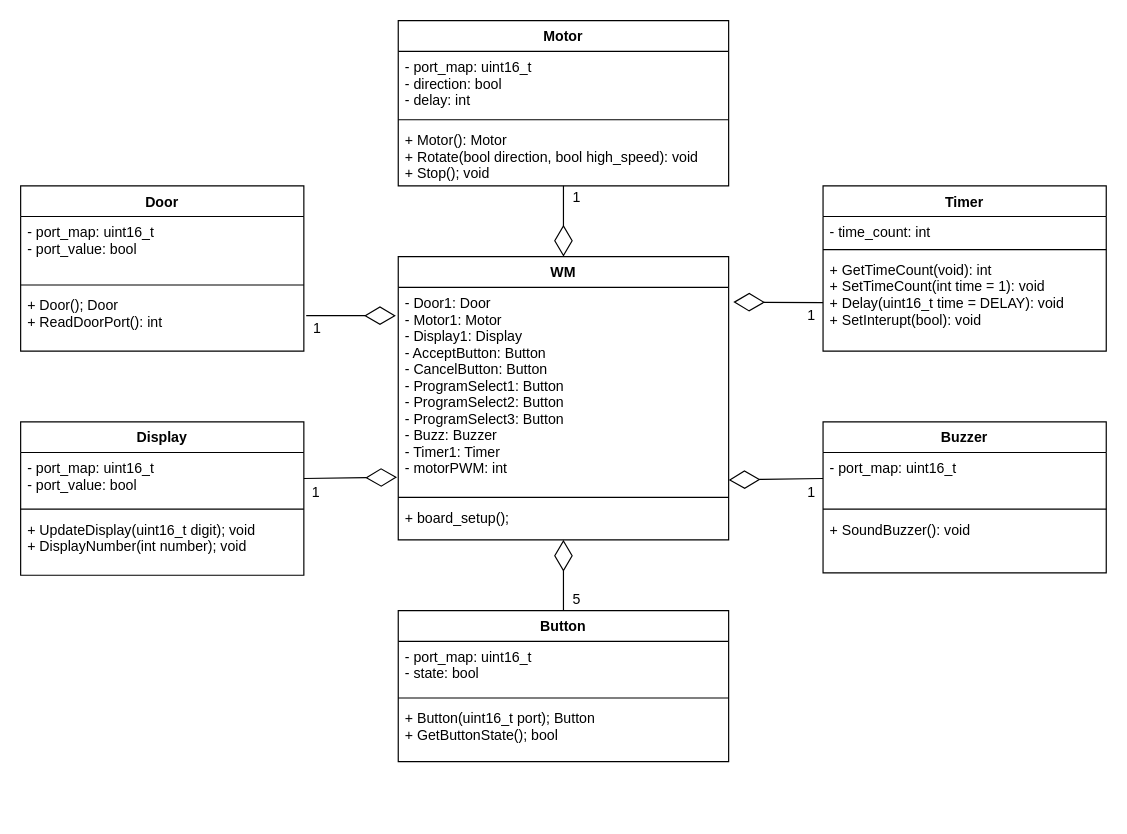
Before: diagrams/200325ClassDiagram.drawio in terrylboro/wsc018_software_cw_2, a draw.io diagram. Source tidied: cells renumbered, new cells numbered last; positions are measured from the earlier drawing's top-left corner, leaving out a move shared by most shapes. Both pictures are drawn from the tidied source at 118%, with x=0, y=0 at pixel (20, 20).
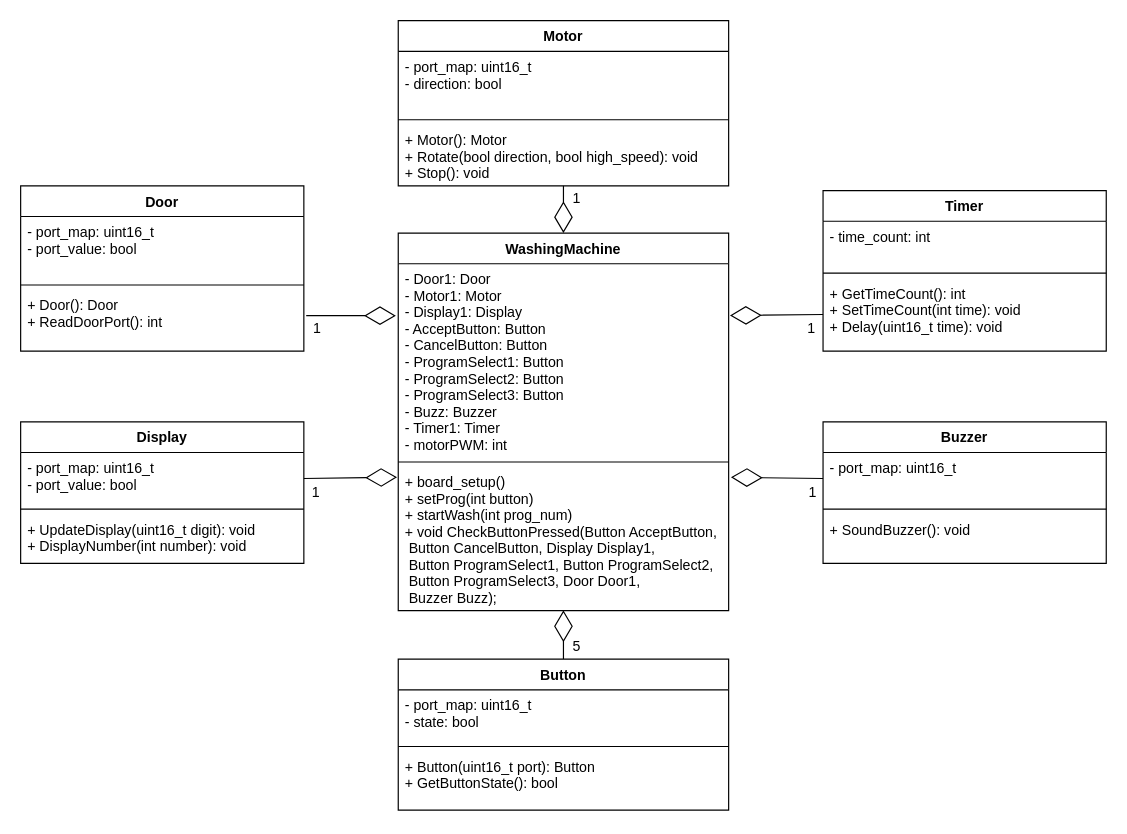
The same diagram, later.

The change refers to these unchanged cells:
```xml
<mxCell id="4" value="Door" style="swimlane;fontStyle=1;align=center;verticalAlign=top;horizontal=1;startSize=26;" parent="1" vertex="1">
  <mxGeometry y="140" width="240" height="140" as="geometry" />
</mxCell>
<mxCell id="12" value="Motor" style="swimlane;fontStyle=1;align=center;verticalAlign=top;horizontal=1;startSize=26;" parent="1" vertex="1">
  <mxGeometry x="320" width="280" height="140" as="geometry" />
</mxCell>
<mxCell id="25" value="- port_map: uint16_t" style="text;strokeColor=none;fillColor=none;align=left;verticalAlign=top;spacingLeft=4;spacingRight=4;overflow=hidden;points=[[0,0.5],[1,0.5]];portConstraint=eastwest;" parent="24" vertex="1">
  <mxGeometry y="26" width="240" height="44" as="geometry" />
</mxCell>
```

What changed in the source:
```diff
@@
-    <mxCell id="2" style="endArrow=diamondThin;endFill=0;endSize=24;html=1;exitX=0;exitY=0.5;exitDx=0;exitDy=0;entryX=1;entryY=0.938;entryDx=0;entryDy=0;entryPerimeter=0;" parent="1" edge="1" source="25" target="39">
+    <mxCell id="2" style="endArrow=diamondThin;endFill=0;endSize=24;html=1;exitX=0;exitY=0.5;exitDx=0;exitDy=0;entryX=1.007;entryY=0.074;entryDx=0;entryDy=0;entryPerimeter=0;" parent="1" edge="1" source="25" target="41">
       <mxGeometry relative="1" as="geometry" />
     </mxCell>
@@
-    <mxCell id="7" value="+ Door(); Door&#10;+ ReadDoorPort(): int" style="text;strokeColor=none;fillColor=none;align=left;verticalAlign=top;spacingLeft=4;spacingRight=4;overflow=hidden;" parent="4" vertex="1">
+    <mxCell id="7" value="+ Door(): Door&#10;+ ReadDoorPort(): int" style="text;strokeColor=none;fillColor=none;align=left;verticalAlign=top;spacingLeft=4;spacingRight=4;overflow=hidden;" parent="4" vertex="1">
       <mxGeometry y="88" width="240" height="52" as="geometry" />
     </mxCell>
-    <mxCell id="8" value="Timer" style="swimlane;fontStyle=1;align=center;verticalAlign=top;horizontal=1;startSize=26;" parent="1" vertex="1">
-      <mxGeometry x="680" y="140" width="240" height="140" as="geometry" />
-    </mxCell>
-    <mxCell id="9" value="- time_count: int" style="text;strokeColor=none;fillColor=none;align=left;verticalAlign=top;spacingLeft=4;spacingRight=4;overflow=hidden;" parent="8" vertex="1">
-      <mxGeometry y="26" width="240" height="24" as="geometry" />
-    </mxCell>
-    <mxCell id="10" style="line;strokeWidth=1;fillColor=none;align=left;verticalAlign=middle;spacingTop=-1;spacingLeft=3;spacingRight=3;labelPosition=right;" parent="8" vertex="1">
-      <mxGeometry y="50" width="240" height="8" as="geometry" />
-    </mxCell>
-    <mxCell id="11" value="+ GetTimeCount(void): int&#10;+ SetTimeCount(int time = 1): void&#10;+ Delay(uint16_t time = DELAY): void&#10;+ SetInterupt(bool): void" style="text;strokeColor=none;fillColor=none;align=left;verticalAlign=top;spacingLeft=4;spacingRight=4;overflow=hidden;points=[[0,0.5],[1,0.5]];portConstraint=eastwest;" parent="8" vertex="1">
-      <mxGeometry y="58" width="240" height="82" as="geometry" />
-    </mxCell>
@@
-    <mxCell id="13" value="- port_map: uint16_t&#10;- direction: bool&#10;- delay: int" style="text;strokeColor=none;fillColor=none;align=left;verticalAlign=top;spacingLeft=4;spacingRight=4;overflow=hidden;" parent="12" vertex="1">
+    <mxCell id="13" value="- port_map: uint16_t&#10;- direction: bool" style="text;strokeColor=none;fillColor=none;align=left;verticalAlign=top;spacingLeft=4;spacingRight=4;overflow=hidden;" parent="12" vertex="1">
       <mxGeometry y="26" width="280" height="54" as="geometry" />
     </mxCell>
@@
-    <mxCell id="15" value="+ Motor(): Motor&#10;+ Rotate(bool direction, bool high_speed): void&#10;+ Stop(); void" style="text;strokeColor=none;fillColor=none;align=left;verticalAlign=top;spacingLeft=4;spacingRight=4;overflow=hidden;points=[[0,0.5],[1,0.5]];portConstraint=eastwest;" parent="12" vertex="1">
+    <mxCell id="15" value="+ Motor(): Motor&#10;+ Rotate(bool direction, bool high_speed): void&#10;+ Stop(): void" style="text;strokeColor=none;fillColor=none;align=left;verticalAlign=top;spacingLeft=4;spacingRight=4;overflow=hidden;points=[[0,0.5],[1,0.5]];portConstraint=eastwest;" parent="12" vertex="1">
       <mxGeometry y="88" width="280" height="52" as="geometry" />
     </mxCell>
-    <mxCell id="16" value="Button" style="swimlane;fontStyle=1;align=center;verticalAlign=top;horizontal=1;startSize=26;" parent="1" vertex="1">
-      <mxGeometry x="320" y="500" width="280" height="128" as="geometry" />
-    </mxCell>
-    <mxCell id="17" value="- port_map: uint16_t&#10;- state: bool" style="text;strokeColor=none;fillColor=none;align=left;verticalAlign=top;spacingLeft=4;spacingRight=4;overflow=hidden;" parent="16" vertex="1">
-      <mxGeometry y="26" width="280" height="44" as="geometry" />
-    </mxCell>
-    <mxCell id="18" style="line;strokeWidth=1;fillColor=none;align=left;verticalAlign=middle;spacingTop=-1;spacingLeft=3;spacingRight=3;labelPosition=right;" parent="16" vertex="1">
-      <mxGeometry y="70" width="280" height="8" as="geometry" />
-    </mxCell>
-    <mxCell id="19" value="+ Button(uint16_t port); Button&#10;+ GetButtonState(); bool" style="text;strokeColor=none;fillColor=none;align=left;verticalAlign=top;spacingLeft=4;spacingRight=4;overflow=hidden;" parent="16" vertex="1">
-      <mxGeometry y="78" width="280" height="50" as="geometry" />
-    </mxCell>
     <mxCell id="20" value="Display" style="swimlane;fontStyle=1;align=center;verticalAlign=top;horizontal=1;startSize=26;" parent="1" vertex="1">
-      <mxGeometry y="340" width="240" height="130" as="geometry" />
+      <mxGeometry y="340" width="240" height="120" as="geometry" />
     </mxCell>
@@
-    <mxCell id="23" value="+ UpdateDisplay(uint16_t digit); void&#10;+ DisplayNumber(int number); void" style="text;strokeColor=none;fillColor=none;align=left;verticalAlign=top;spacingLeft=4;spacingRight=4;overflow=hidden;" parent="20" vertex="1">
-      <mxGeometry y="78" width="240" height="52" as="geometry" />
+    <mxCell id="23" value="+ UpdateDisplay(uint16_t digit): void&#10;+ DisplayNumber(int number): void" style="text;strokeColor=none;fillColor=none;align=left;verticalAlign=top;spacingLeft=4;spacingRight=4;overflow=hidden;" parent="20" vertex="1">
+      <mxGeometry y="78" width="240" height="42" as="geometry" />
     </mxCell>
     <mxCell id="24" value="Buzzer" style="swimlane;fontStyle=1;align=center;verticalAlign=top;horizontal=1;startSize=26;" parent="1" vertex="1">
-      <mxGeometry x="680" y="340" width="240" height="128" as="geometry" />
+      <mxGeometry x="680" y="340" width="240" height="120" as="geometry" />
     </mxCell>
@@
     <mxCell id="27" value="+ SoundBuzzer(): void" style="text;strokeColor=none;fillColor=none;align=left;verticalAlign=top;spacingLeft=4;spacingRight=4;overflow=hidden;" parent="24" vertex="1">
-      <mxGeometry y="78" width="240" height="50" as="geometry" />
+      <mxGeometry y="78" width="240" height="42" as="geometry" />
     </mxCell>
-    <mxCell id="28" style="endArrow=diamondThin;endFill=0;endSize=24;html=1;exitX=0.5;exitY=0;exitDx=0;exitDy=0;" parent="1" edge="1" source="16">
-      <mxGeometry relative="1" as="geometry">
-        <mxPoint x="460" y="440" as="targetPoint" />
-      </mxGeometry>
+    <mxCell id="28" style="endArrow=diamondThin;endFill=0;endSize=24;html=1;exitX=0.5;exitY=0;exitDx=0;exitDy=0;entryX=0.5;entryY=0.998;entryDx=0;entryDy=0;entryPerimeter=0;" parent="1" edge="1" source="16" target="41">
+      <mxGeometry relative="1" as="geometry" />
     </mxCell>
     <mxCell id="29" value="5" style="text;html=1;align=center;verticalAlign=middle;labelBackgroundColor=#ffffff;" parent="28" vertex="1">
       <mxGeometry x="-0.56" relative="1" as="geometry">
-        <mxPoint x="10" y="3.2" as="offset" />
+        <mxPoint x="10" y="-1.7" as="offset" />
       </mxGeometry>
     </mxCell>
@@
-    <mxCell id="32" style="endArrow=diamondThin;endFill=0;endSize=24;html=1;exitX=0;exitY=0.5;exitDx=0;exitDy=0;entryX=1.014;entryY=0.072;entryDx=0;entryDy=0;entryPerimeter=0;" parent="1" edge="1" source="11" target="39">
+    <mxCell id="32" style="endArrow=diamondThin;endFill=0;endSize=24;html=1;exitX=0;exitY=0.5;exitDx=0;exitDy=0;entryX=1.004;entryY=0.268;entryDx=0;entryDy=0;entryPerimeter=0;" parent="1" edge="1" source="11" target="39">
       <mxGeometry relative="1" as="geometry" />
     </mxCell>
@@
-    <mxCell id="34" style="endArrow=diamondThin;endFill=0;endSize=24;html=1;exitX=0.5;exitY=1;exitDx=0;exitDy=0;exitPerimeter=0;entryX=0.5;entryY=0;entryDx=0;entryDy=0;" parent="1" edge="1" source="15" target="38">
-      <mxGeometry relative="1" as="geometry" />
+    <mxCell id="34" style="endArrow=diamondThin;endFill=0;endSize=24;html=1;exitX=0.5;exitY=1;exitDx=0;exitDy=0;exitPerimeter=0;" parent="1" edge="1" source="15">
+      <mxGeometry relative="1" as="geometry">
+        <mxPoint x="460" y="180" as="targetPoint" />
+      </mxGeometry>
     </mxCell>
     <mxCell id="35" value="1" style="text;html=1;align=center;verticalAlign=middle;labelBackgroundColor=#ffffff;" parent="34" vertex="1">
       <mxGeometry x="-0.56" relative="1" as="geometry">
-        <mxPoint x="10" y="-3.2" as="offset" />
+        <mxPoint x="10" y="1.2" as="offset" />
       </mxGeometry>
     </mxCell>
@@
-    <mxCell id="38" value="WM" style="swimlane;fontStyle=1;align=center;verticalAlign=top;horizontal=1;startSize=26;" parent="1" vertex="1">
-      <mxGeometry x="320" y="200" width="280" height="240" as="geometry" />
+    <mxCell id="38" value="WashingMachine" style="swimlane;fontStyle=1;align=center;verticalAlign=top;horizontal=1;startSize=26;" parent="1" vertex="1">
+      <mxGeometry x="320" y="180" width="280" height="320" as="geometry" />
     </mxCell>
     <mxCell id="39" value="- Door1: Door&#10;- Motor1: Motor&#10;- Display1: Display&#10;- AcceptButton: Button &#10;- CancelButton: Button &#10;- ProgramSelect1: Button &#10;- ProgramSelect2: Button &#10;- ProgramSelect3: Button &#10;- Buzz: Buzzer&#10;- Timer1: Timer&#10;- motorPWM: int" style="text;strokeColor=none;fillColor=none;align=left;verticalAlign=top;spacingLeft=4;spacingRight=4;overflow=hidden;points=[[0,0.5],[1,0.5]];portConstraint=eastwest;" parent="38" vertex="1">
-      <mxGeometry y="26" width="280" height="174" as="geometry" />
+      <mxGeometry y="26" width="280" height="164" as="geometry" />
     </mxCell>
     <mxCell id="40" style="line;strokeWidth=1;fillColor=none;align=left;verticalAlign=middle;spacingTop=-1;spacingLeft=3;spacingRight=3;labelPosition=right;" parent="38" vertex="1">
-      <mxGeometry y="200" width="280" height="8" as="geometry" />
+      <mxGeometry y="190" width="280" height="8" as="geometry" />
     </mxCell>
-    <mxCell id="41" value="+ board_setup();" style="text;strokeColor=none;fillColor=none;align=left;verticalAlign=top;spacingLeft=4;spacingRight=4;overflow=hidden;points=[[0,0.5],[1,0.5]];portConstraint=eastwest;" parent="38" vertex="1">
-      <mxGeometry y="208" width="280" height="32" as="geometry" />
+    <mxCell id="41" value="+ board_setup()&#10;+ setProg(int button)&#10;+ startWash(int prog_num)&#10;+ void CheckButtonPressed(Button AcceptButton,&#10; Button CancelButton, Display Display1,&#10; Button ProgramSelect1, Button ProgramSelect2,&#10; Button ProgramSelect3, Door Door1,&#10; Buzzer Buzz);" style="text;strokeColor=none;fillColor=none;align=left;verticalAlign=top;spacingLeft=4;spacingRight=4;overflow=hidden;points=[[0,0.5],[1,0.5]];portConstraint=eastwest;" parent="38" vertex="1">
+      <mxGeometry y="198" width="280" height="122" as="geometry" />
     </mxCell>
+    <mxCell id="8" value="Timer" style="swimlane;fontStyle=1;align=center;verticalAlign=top;horizontal=1;startSize=26;" parent="1" vertex="1">
+      <mxGeometry x="680" y="144" width="240" height="136" as="geometry" />
+    </mxCell>
+    <mxCell id="9" value="- time_count: int" style="text;strokeColor=none;fillColor=none;align=left;verticalAlign=top;spacingLeft=4;spacingRight=4;overflow=hidden;" parent="8" vertex="1">
+      <mxGeometry y="26" width="240" height="40" as="geometry" />
+    </mxCell>
+    <mxCell id="10" style="line;strokeWidth=1;fillColor=none;align=left;verticalAlign=middle;spacingTop=-1;spacingLeft=3;spacingRight=3;labelPosition=right;" parent="8" vertex="1">
+      <mxGeometry y="66" width="240" height="8" as="geometry" />
+    </mxCell>
+    <mxCell id="11" value="+ GetTimeCount(): int&#10;+ SetTimeCount(int time): void&#10;+ Delay(uint16_t time): void" style="text;strokeColor=none;fillColor=none;align=left;verticalAlign=top;spacingLeft=4;spacingRight=4;overflow=hidden;points=[[0,0.5],[1,0.5]];portConstraint=eastwest;" parent="8" vertex="1">
+      <mxGeometry y="74" width="240" height="62" as="geometry" />
+    </mxCell>
+    <mxCell id="16" value="Button" style="swimlane;fontStyle=1;align=center;verticalAlign=top;horizontal=1;startSize=26;" parent="1" vertex="1">
+      <mxGeometry x="320" y="541.1" width="280" height="128" as="geometry" />
+    </mxCell>
+    <mxCell id="17" value="- port_map: uint16_t&#10;- state: bool" style="text;strokeColor=none;fillColor=none;align=left;verticalAlign=top;spacingLeft=4;spacingRight=4;overflow=hidden;" parent="16" vertex="1">
+      <mxGeometry y="26" width="280" height="44" as="geometry" />
+    </mxCell>
+    <mxCell id="18" style="line;strokeWidth=1;fillColor=none;align=left;verticalAlign=middle;spacingTop=-1;spacingLeft=3;spacingRight=3;labelPosition=right;" parent="16" vertex="1">
+      <mxGeometry y="70" width="280" height="8" as="geometry" />
+    </mxCell>
+    <mxCell id="19" value="+ Button(uint16_t port): Button&#10;+ GetButtonState(): bool" style="text;strokeColor=none;fillColor=none;align=left;verticalAlign=top;spacingLeft=4;spacingRight=4;overflow=hidden;" parent="16" vertex="1">
+      <mxGeometry y="78" width="280" height="50" as="geometry" />
+    </mxCell>
```
